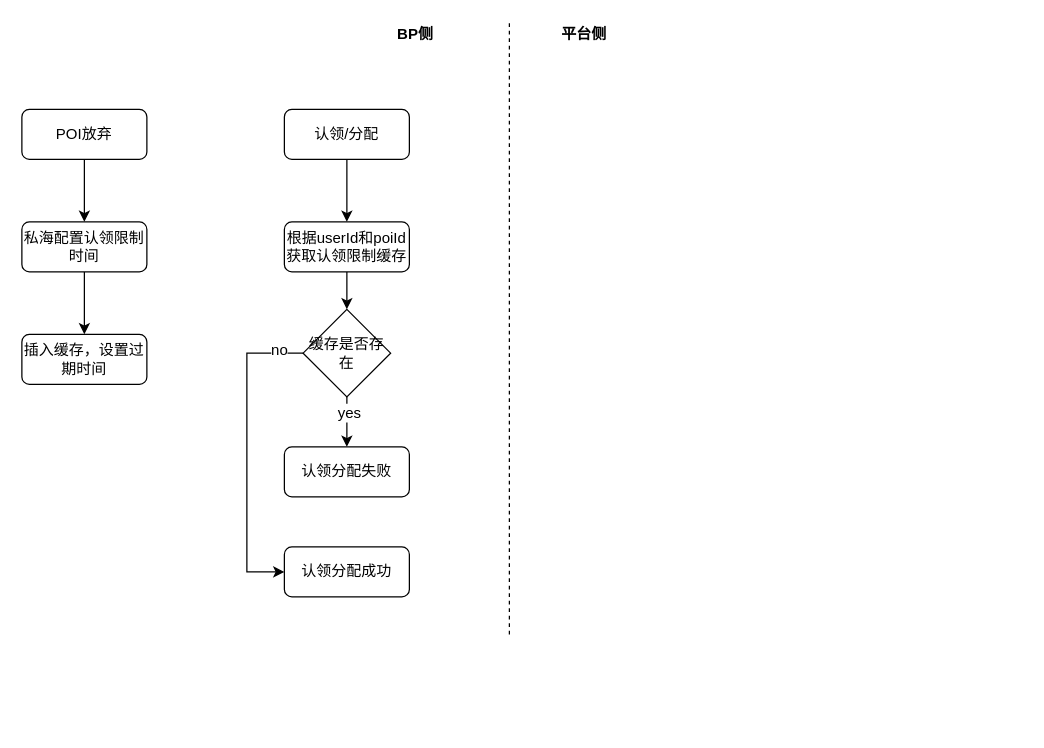
er-niu/draw.io keeps this draw.io diagram as page "Page-4" (4 of 4) of Untitled Diagram.drawio. Above is the earlier version. Source tidied: cells renumbered, new cells numbered last; positions are measured from the earlier drawing's top-left corner, leaving out a move shared by most shapes. Both pictures are drawn from the tidied source at 125%, with x=0, y=0 at pixel (21, 21).
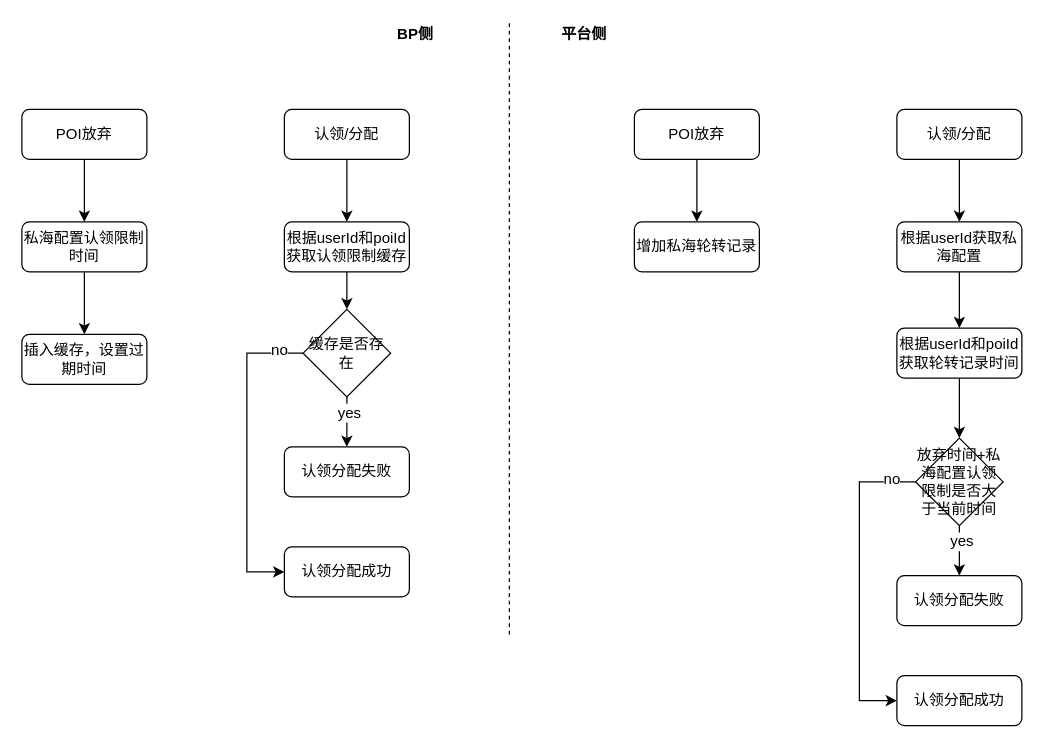
The same page after the edit.

The edit, as a diff of the source:
```diff
@@
+    <mxCell id="21" style="edgeStyle=orthogonalEdgeStyle;rounded=0;jettySize=auto;html=1;" parent="1" edge="1" source="22" target="29">
+      <mxGeometry relative="1" as="geometry" />
+    </mxCell>
+    <mxCell id="22" value="POI放弃" style="rounded=1;whiteSpace=wrap;html=1;" parent="1" vertex="1">
+      <mxGeometry x="490" y="70" width="100" height="40" as="geometry" />
+    </mxCell>
+    <mxCell id="23" style="edgeStyle=orthogonalEdgeStyle;rounded=0;jettySize=auto;html=1;" parent="1" edge="1" source="24" target="26">
+      <mxGeometry relative="1" as="geometry" />
+    </mxCell>
+    <mxCell id="24" value="认领/分配" style="rounded=1;whiteSpace=wrap;html=1;" parent="1" vertex="1">
+      <mxGeometry x="700" y="70" width="100" height="40" as="geometry" />
+    </mxCell>
+    <mxCell id="25" style="edgeStyle=orthogonalEdgeStyle;rounded=0;jettySize=auto;html=1;" parent="1" edge="1" source="26" target="28">
+      <mxGeometry relative="1" as="geometry" />
+    </mxCell>
+    <mxCell id="26" value="根据userId获取私海配置" style="rounded=1;whiteSpace=wrap;html=1;" parent="1" vertex="1">
+      <mxGeometry x="700" y="160" width="100" height="40" as="geometry" />
+    </mxCell>
+    <mxCell id="27" style="edgeStyle=orthogonalEdgeStyle;rounded=0;jettySize=auto;html=1;exitX=0.5;exitY=1;exitDx=0;exitDy=0;entryX=0.5;entryY=0;entryDx=0;entryDy=0;" parent="1" edge="1" source="28" target="36">
+      <mxGeometry relative="1" as="geometry" />
+    </mxCell>
+    <mxCell id="28" value="根据userId和poiId获取轮转记录时间" style="rounded=1;whiteSpace=wrap;html=1;" parent="1" vertex="1">
+      <mxGeometry x="700" y="245" width="100" height="40" as="geometry" />
+    </mxCell>
+    <mxCell id="29" value="增加私海轮转记录" style="rounded=1;whiteSpace=wrap;html=1;" parent="1" vertex="1">
+      <mxGeometry x="490" y="160" width="100" height="40" as="geometry" />
+    </mxCell>
+    <mxCell id="30" value="认领分配成功" style="rounded=1;whiteSpace=wrap;html=1;" parent="1" vertex="1">
+      <mxGeometry x="700" y="523" width="100" height="40" as="geometry" />
+    </mxCell>
+    <mxCell id="31" value="认领分配失败" style="rounded=1;whiteSpace=wrap;html=1;" parent="1" vertex="1">
+      <mxGeometry x="700" y="443" width="100" height="40" as="geometry" />
+    </mxCell>
+    <mxCell id="32" style="edgeStyle=orthogonalEdgeStyle;rounded=0;jettySize=auto;html=1;exitX=0.5;exitY=1;exitDx=0;exitDy=0;entryX=0.5;entryY=0;entryDx=0;entryDy=0;" parent="1" edge="1" source="36" target="31">
+      <mxGeometry relative="1" as="geometry" />
+    </mxCell>
+    <mxCell id="33" value="yes" style="text;html=1;align=center;verticalAlign=middle;labelBackgroundColor=#ffffff;" parent="32" vertex="1">
+      <mxGeometry x="-0.4" y="1" relative="1" as="geometry" />
+    </mxCell>
+    <mxCell id="34" style="edgeStyle=orthogonalEdgeStyle;rounded=0;jettySize=auto;html=1;exitX=0;exitY=0.5;exitDx=0;exitDy=0;entryX=0;entryY=0.5;entryDx=0;entryDy=0;" parent="1" edge="1" source="36" target="30">
+      <mxGeometry relative="1" as="geometry">
+        <Array as="points">
+          <mxPoint x="670" y="368" />
+          <mxPoint x="670" y="543" />
+        </Array>
+      </mxGeometry>
+    </mxCell>
+    <mxCell id="35" value="no" style="text;html=1;align=center;verticalAlign=middle;labelBackgroundColor=#ffffff;" parent="34" vertex="1">
+      <mxGeometry x="-0.84" y="-3" relative="1" as="geometry" />
+    </mxCell>
+    <mxCell id="36" value="放弃时间+私海配置认领限制是否大于当前时间" style="rhombus;whiteSpace=wrap;html=1;" parent="1" vertex="1">
+      <mxGeometry x="715" y="333" width="70" height="70" as="geometry" />
+    </mxCell>
```
